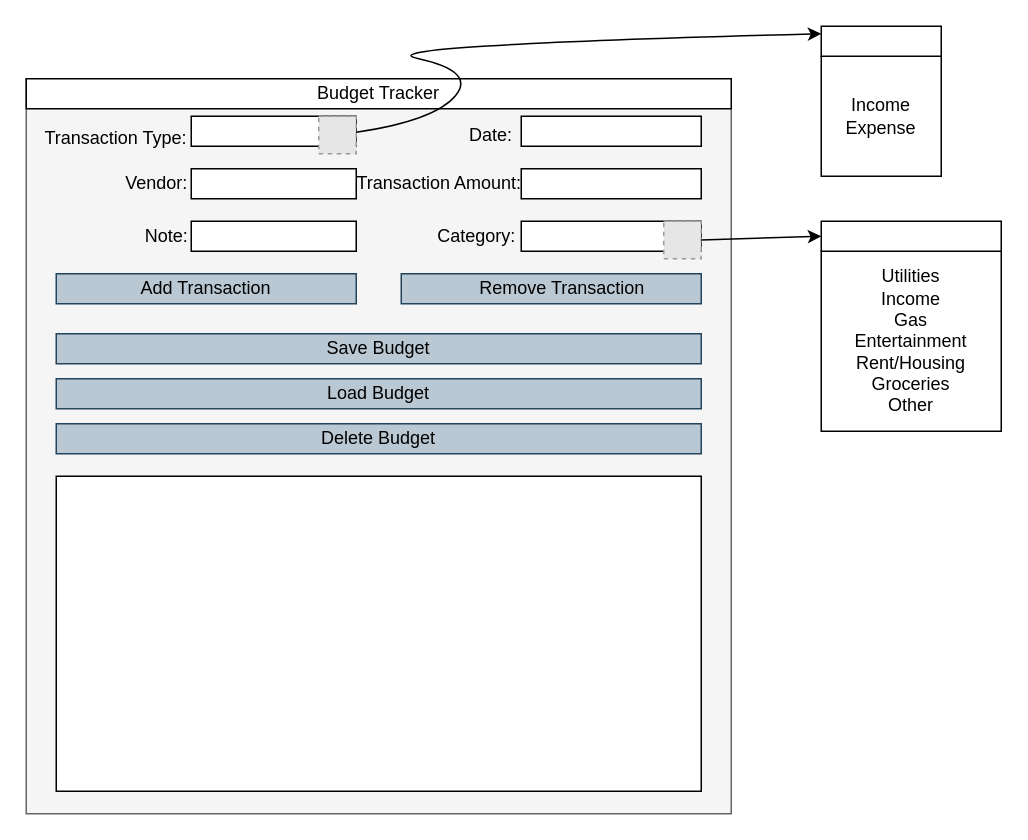
Before: Untitled Diagram.drawio in cachampney/capstone, a draw.io diagram. Source tidied: cells renumbered, new cells numbered last; positions are measured from the earlier drawing's top-left corner, leaving out a move shared by most shapes. Both pictures are drawn from the tidied source at 150%, with x=0, y=0 at pixel (26, 26). Pictures stored in the file or linked from it are replaced by grey dashed boxes.
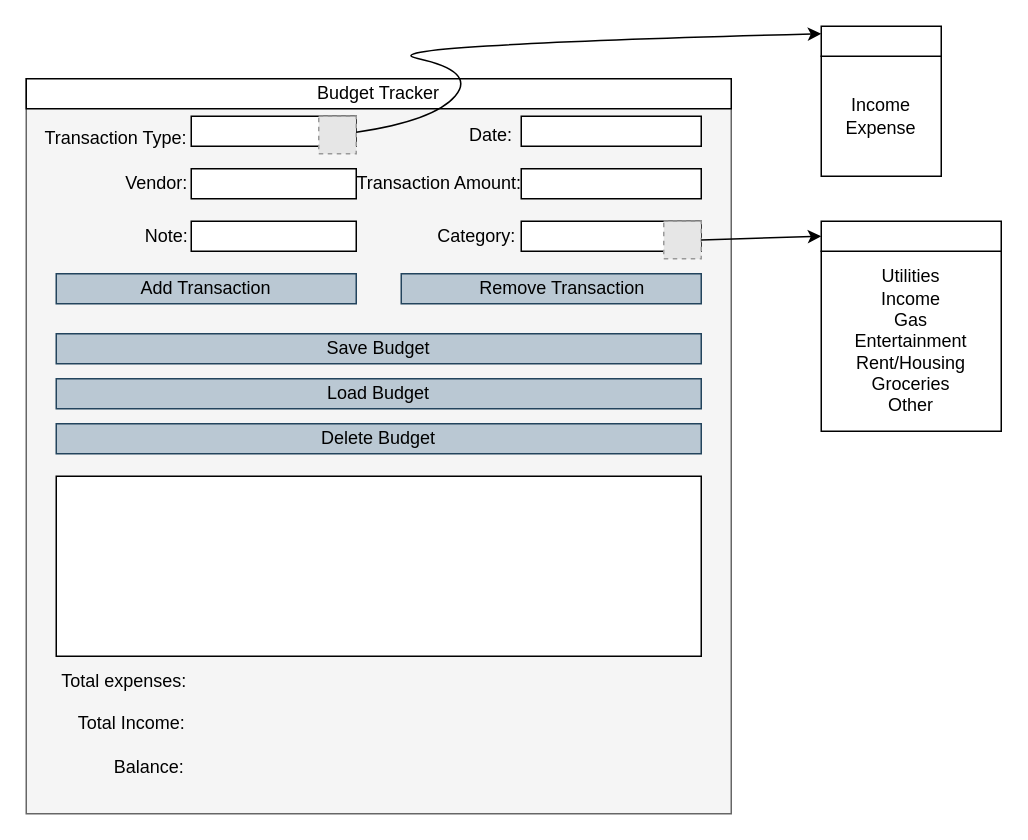
The same diagram, later.

Unchanged cells that the change refers to:
```xml
<mxCell id="2" style="group;" parent="1" vertex="1">
  <mxGeometry y="30" width="470" height="495" as="geometry" />
</mxCell>
```

Change to the diagram source:
```diff
@@
     <mxCell id="17" style="rounded=0;whiteSpace=wrap;html=1;" parent="2" vertex="1">
-      <mxGeometry x="20" y="270" width="430" height="210" as="geometry" />
+      <mxGeometry x="20" y="270" width="430" height="120" as="geometry" />
     </mxCell>
@@
+    <mxCell id="42" value="Total expenses:&lt;br&gt;&lt;br&gt;&amp;nbsp; &amp;nbsp;Total Income:&lt;br&gt;&lt;br&gt;&amp;nbsp; &amp;nbsp; &amp;nbsp; &amp;nbsp; &amp;nbsp; Balance:&lt;br&gt;" style="text;html=1;align=center;verticalAlign=middle;strokeColor=none;fillColor=none;" parent="2" vertex="1">
+      <mxGeometry x="10" y="390" width="110" height="90" as="geometry" />
+    </mxCell>
```
